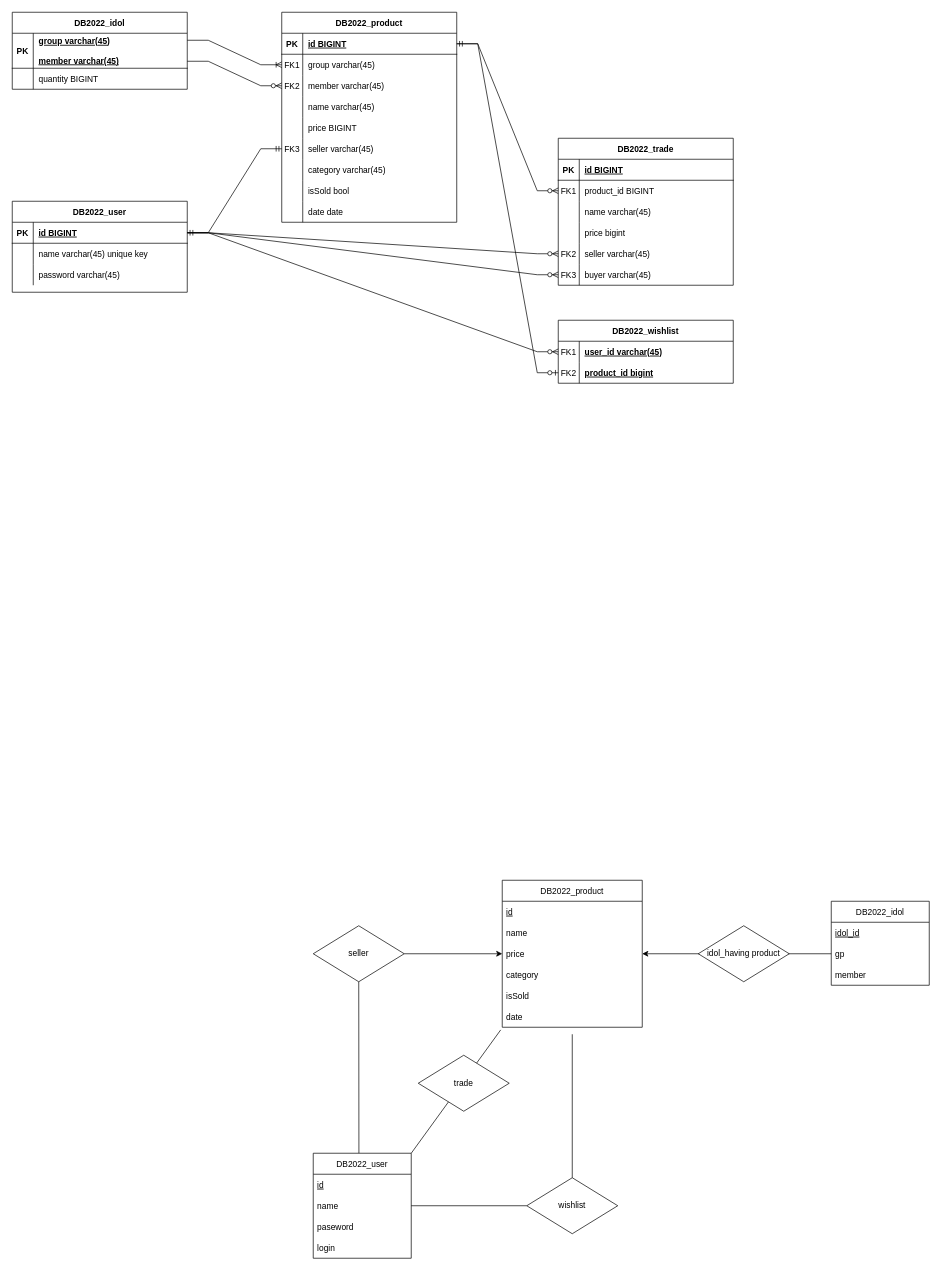
Earlier version of the draw.io diagram 2022DBteam01.drawio (ayla-12/DB2022-TEAM01). Source tidied: cells renumbered, new cells numbered last; positions are measured from the earlier drawing's top-left corner, leaving out a move shared by most shapes. Both pictures are drawn from the tidied source at 70%, with x=0, y=0 at pixel (12, 12).
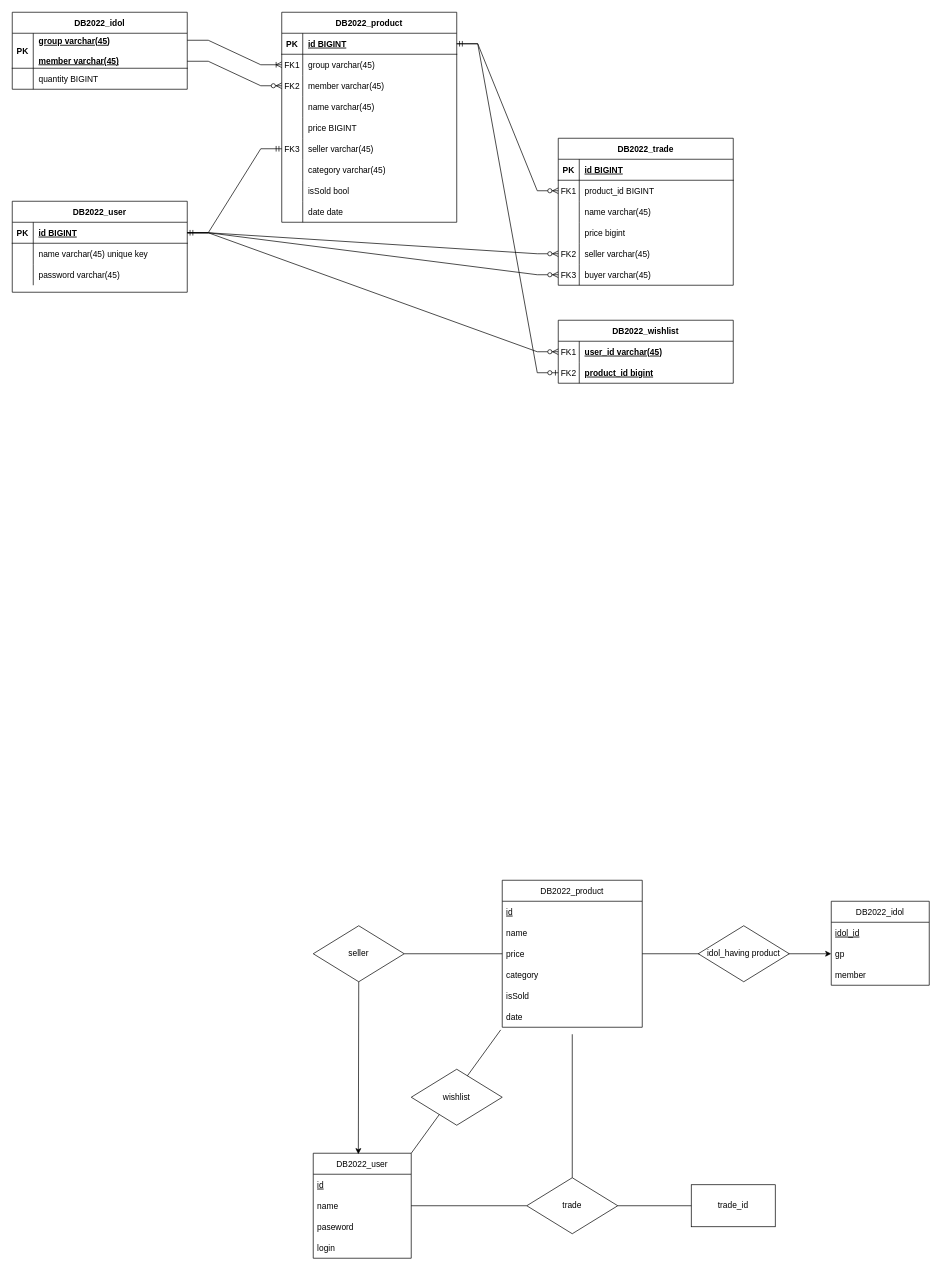
After the change.

The change refers to these unchanged cells:
```xml
<mxCell id="84" value="price" style="text;strokeColor=none;fillColor=none;align=left;verticalAlign=middle;spacingLeft=4;spacingRight=4;overflow=hidden;points=[[0,0.5],[1,0.5]];portConstraint=eastwest;" parent="81" vertex="1">
  <mxGeometry y="90" width="200" height="30" as="geometry" />
</mxCell>
<mxCell id="87" value="date" style="text;strokeColor=none;fillColor=none;align=left;verticalAlign=middle;spacingLeft=4;spacingRight=4;overflow=hidden;points=[[0,0.5],[1,0.5]];portConstraint=eastwest;" parent="81" vertex="1">
  <mxGeometry y="180" width="200" height="30" as="geometry" />
</mxCell>
<mxCell id="88" value="DB2022_user" style="swimlane;fontStyle=0;horizontal=1;startSize=30;" parent="1" vertex="1">
  <mxGeometry x="430" y="1630" width="140" height="150" as="geometry" />
</mxCell>
<mxCell id="90" value="name" style="text;strokeColor=none;fillColor=none;align=left;verticalAlign=middle;spacingLeft=4;spacingRight=4;overflow=hidden;points=[[0,0.5],[1,0.5]];portConstraint=eastwest;" parent="88" vertex="1">
  <mxGeometry y="60" width="140" height="30" as="geometry" />
</mxCell>
<mxCell id="96" value="gp" style="text;strokeColor=none;fillColor=none;align=left;verticalAlign=middle;spacingLeft=4;spacingRight=4;overflow=hidden;points=[[0,0.5],[1,0.5]];portConstraint=eastwest;" parent="94" vertex="1">
  <mxGeometry y="60" width="140" height="30" as="geometry" />
</mxCell>
<mxCell id="99" value="seller" style="rhombus;whiteSpace=wrap;html=1;strokeWidth=1;gradientColor=#ffffff;" parent="1" vertex="1">
  <mxGeometry x="430" y="1305" width="130" height="80" as="geometry" />
</mxCell>
```

Change to the diagram source:
```diff
@@
-    <mxCell id="93" style="edgeStyle=orthogonalEdgeStyle;rounded=0;jettySize=auto;html=1;exitX=0;exitY=0.5;exitDx=0;exitDy=0;entryX=1;entryY=0.5;entryDx=0;entryDy=0;" parent="1" edge="1" source="96" target="84">
+    <mxCell id="93" style="edgeStyle=orthogonalEdgeStyle;rounded=0;jettySize=auto;html=1;exitX=1;exitY=0.5;exitDx=0;exitDy=0;" parent="1" edge="1" source="84" target="96">
       <mxGeometry relative="1" as="geometry" />
     </mxCell>
@@
-    <mxCell id="98" value="wishlist" style="rhombus;whiteSpace=wrap;html=1;strokeWidth=1;gradientColor=#ffffff;" parent="1" vertex="1">
-      <mxGeometry x="735" y="1665" width="130" height="80" as="geometry" />
-    </mxCell>
@@
-    <mxCell id="100" style="endArrow=none;html=1;rounded=0;entryX=0.5;entryY=1.333;entryDx=0;entryDy=0;entryPerimeter=0;exitX=0.5;exitY=0;exitDx=0;exitDy=0;" parent="1" edge="1" source="98" target="87">
+    <mxCell id="100" style="endArrow=none;html=1;rounded=0;entryX=0.5;entryY=1.333;entryDx=0;entryDy=0;entryPerimeter=0;exitX=0.5;exitY=0;exitDx=0;exitDy=0;" parent="1" edge="1" source="106" target="87">
       <mxGeometry relative="1" as="geometry" />
     </mxCell>
@@
-    <mxCell id="102" style="endArrow=none;html=1;rounded=0;exitX=0;exitY=0.5;exitDx=0;exitDy=0;entryX=1;entryY=0.5;entryDx=0;entryDy=0;" parent="1" edge="1" source="98" target="90">
+    <mxCell id="102" style="endArrow=none;html=1;rounded=0;exitX=0;exitY=0.5;exitDx=0;exitDy=0;entryX=1;entryY=0.5;entryDx=0;entryDy=0;" parent="1" edge="1" source="106" target="90">
       <mxGeometry relative="1" as="geometry" />
     </mxCell>
-    <mxCell id="103" style="endArrow=none;html=1;rounded=0;entryX=0.5;entryY=1;entryDx=0;entryDy=0;exitX=0.466;exitY=-0.001;exitDx=0;exitDy=0;exitPerimeter=0;" parent="1" edge="1" source="88" target="99">
+    <mxCell id="103" style="endArrow=none;html=1;rounded=0;entryX=1;entryY=0.5;entryDx=0;entryDy=0;exitX=0;exitY=0.5;exitDx=0;exitDy=0;" parent="1" edge="1" source="84" target="99">
       <mxGeometry relative="1" as="geometry" />
     </mxCell>
-    <mxCell id="104" style="endArrow=classic;html=1;rounded=0;exitX=1;exitY=0.5;exitDx=0;exitDy=0;entryX=0;entryY=0.5;entryDx=0;entryDy=0;" parent="1" edge="1" source="99" target="84">
+    <mxCell id="104" style="endArrow=classic;html=1;rounded=0;exitX=0.5;exitY=1;exitDx=0;exitDy=0;entryX=0.46;entryY=0.009;entryDx=0;entryDy=0;entryPerimeter=0;" parent="1" edge="1" source="99" target="88">
       <mxGeometry relative="1" as="geometry" />
     </mxCell>
-    <mxCell id="105" style="endArrow=none;html=1;rounded=0;exitX=1;exitY=0;exitDx=0;exitDy=0;entryX=-0.011;entryY=1.125;entryDx=0;entryDy=0;entryPerimeter=0;" parent="1" edge="1" source="88" target="87">
+    <mxCell id="105" style="endArrow=none;html=1;rounded=0;exitX=1;exitY=0;exitDx=0;exitDy=0;entryX=-0.011;entryY=1.125;entryDx=0;entryDy=0;entryPerimeter=0;startArrow=none;" parent="1" edge="1" source="88" target="87">
       <mxGeometry relative="1" as="geometry" />
     </mxCell>
     <mxCell id="106" value="trade" style="rhombus;whiteSpace=wrap;html=1;strokeWidth=1;gradientColor=#ffffff;" parent="1" vertex="1">
-      <mxGeometry x="580" y="1490" width="130" height="80" as="geometry" />
+      <mxGeometry x="735" y="1665" width="130" height="80" as="geometry" />
     </mxCell>
+    <mxCell id="98" value="wishlist" style="rhombus;whiteSpace=wrap;html=1;strokeWidth=1;gradientColor=#ffffff;" parent="1" vertex="1">
+      <mxGeometry x="570" y="1510" width="130" height="80" as="geometry" />
+    </mxCell>
+    <mxCell id="107" value="trade_id" style="rounded=0;whiteSpace=wrap;html=1;" parent="1" vertex="1">
+      <mxGeometry x="970" y="1675" width="120" height="60" as="geometry" />
+    </mxCell>
+    <mxCell id="108" style="endArrow=none;html=1;rounded=0;exitX=1;exitY=0.5;exitDx=0;exitDy=0;" parent="1" edge="1" source="106" target="107">
+      <mxGeometry relative="1" as="geometry" />
+    </mxCell>
```
